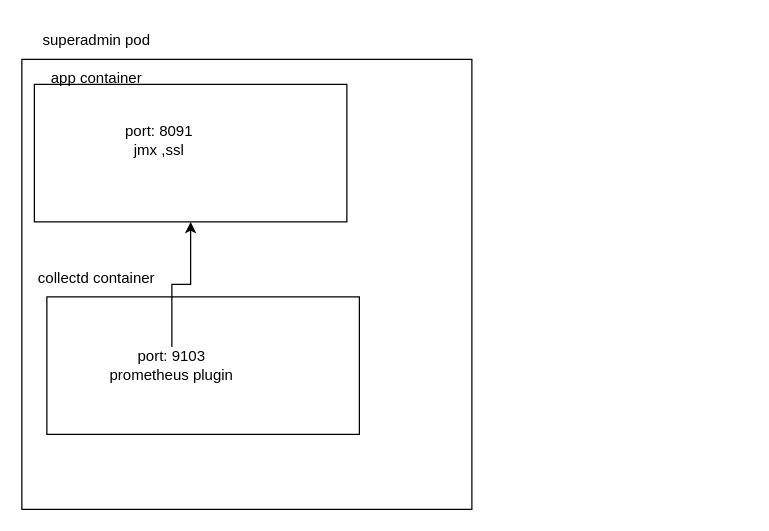
The draw.io diagram 未命名绘图.drawio in Tomoku-dm/diagrams_file, before the edit. Source tidied: cells renumbered, new cells numbered last; positions are measured from the earlier drawing's top-left corner, leaving out a move shared by most shapes. Both pictures are drawn from the tidied source at 125%, with x=0, y=0 at pixel (21, 21).
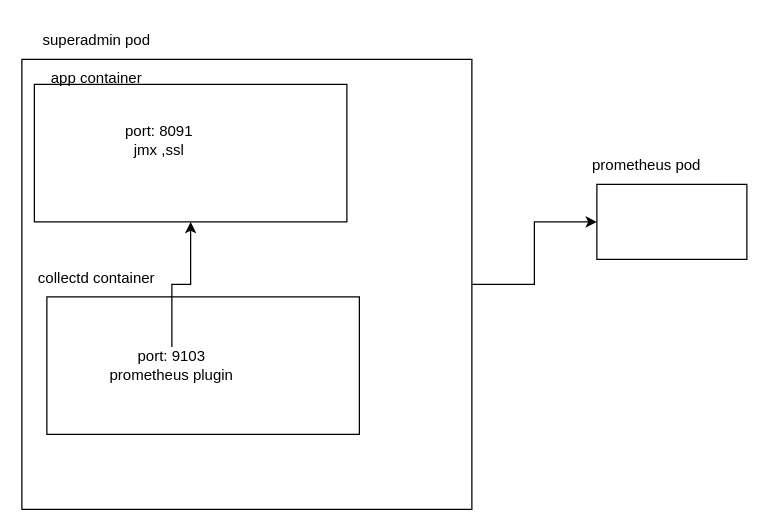
The same page after the edit.

Commit message:
更新未命名绘图.drawio

Diff of the diagram source:
```diff
@@
 <mxGraphModel>
   <root>
     <mxCell id="0" />
     <mxCell id="1" parent="0" />
+    <mxCell id="11" style="edgeStyle=orthogonalEdgeStyle;rounded=0;jettySize=auto;html=1;" parent="1" edge="1" source="2" target="12">
+      <mxGeometry relative="1" as="geometry" />
+    </mxCell>
     <mxCell id="2" style="whiteSpace=wrap;html=1;" parent="1" vertex="1">
       <mxGeometry y="30" width="360" height="360" as="geometry" />
     </mxCell>
     <mxCell id="3" value="superadmin pod" style="text;html=1;strokeColor=none;fillColor=none;align=center;verticalAlign=middle;whiteSpace=wrap;rounded=0;" parent="1" vertex="1">
       <mxGeometry width="120" height="30" as="geometry" />
     </mxCell>
     <mxCell id="4" style="rounded=0;whiteSpace=wrap;html=1;" parent="1" vertex="1">
       <mxGeometry x="10" y="50" width="250" height="110" as="geometry" />
     </mxCell>
     <mxCell id="5" value="app container" style="text;html=1;strokeColor=none;fillColor=none;align=center;verticalAlign=middle;whiteSpace=wrap;rounded=0;" parent="1" vertex="1">
       <mxGeometry y="30" width="120" height="30" as="geometry" />
     </mxCell>
     <mxCell id="6" style="rounded=0;whiteSpace=wrap;html=1;" parent="1" vertex="1">
       <mxGeometry x="20" y="220" width="250" height="110" as="geometry" />
     </mxCell>
     <mxCell id="7" value="collectd container" style="text;html=1;strokeColor=none;fillColor=none;align=center;verticalAlign=middle;whiteSpace=wrap;rounded=0;" parent="1" vertex="1">
       <mxGeometry y="190" width="120" height="30" as="geometry" />
     </mxCell>
     <mxCell id="8" value="port: 8091&lt;br&gt;jmx ,ssl" style="text;html=1;strokeColor=none;fillColor=none;align=center;verticalAlign=middle;whiteSpace=wrap;rounded=0;" parent="1" vertex="1">
       <mxGeometry x="50" y="80" width="120" height="30" as="geometry" />
     </mxCell>
     <mxCell id="9" style="edgeStyle=orthogonalEdgeStyle;rounded=0;jettySize=auto;html=1;" parent="1" edge="1" source="10" target="4">
       <mxGeometry relative="1" as="geometry" />
     </mxCell>
     <mxCell id="10" value="port: 9103&lt;br&gt;prometheus plugin" style="text;html=1;strokeColor=none;fillColor=none;align=center;verticalAlign=middle;whiteSpace=wrap;rounded=0;" parent="1" vertex="1">
       <mxGeometry x="60" y="260" width="120" height="30" as="geometry" />
     </mxCell>
+    <mxCell id="12" style="rounded=0;whiteSpace=wrap;html=1;" parent="1" vertex="1">
+      <mxGeometry x="460" y="130" width="120" height="60" as="geometry" />
+    </mxCell>
+    <mxCell id="13" value="prometheus pod" style="text;html=1;strokeColor=none;fillColor=none;align=center;verticalAlign=middle;whiteSpace=wrap;rounded=0;" parent="1" vertex="1">
+      <mxGeometry x="440" y="100" width="120" height="30" as="geometry" />
+    </mxCell>
   </root>
 </mxGraphModel>
```
